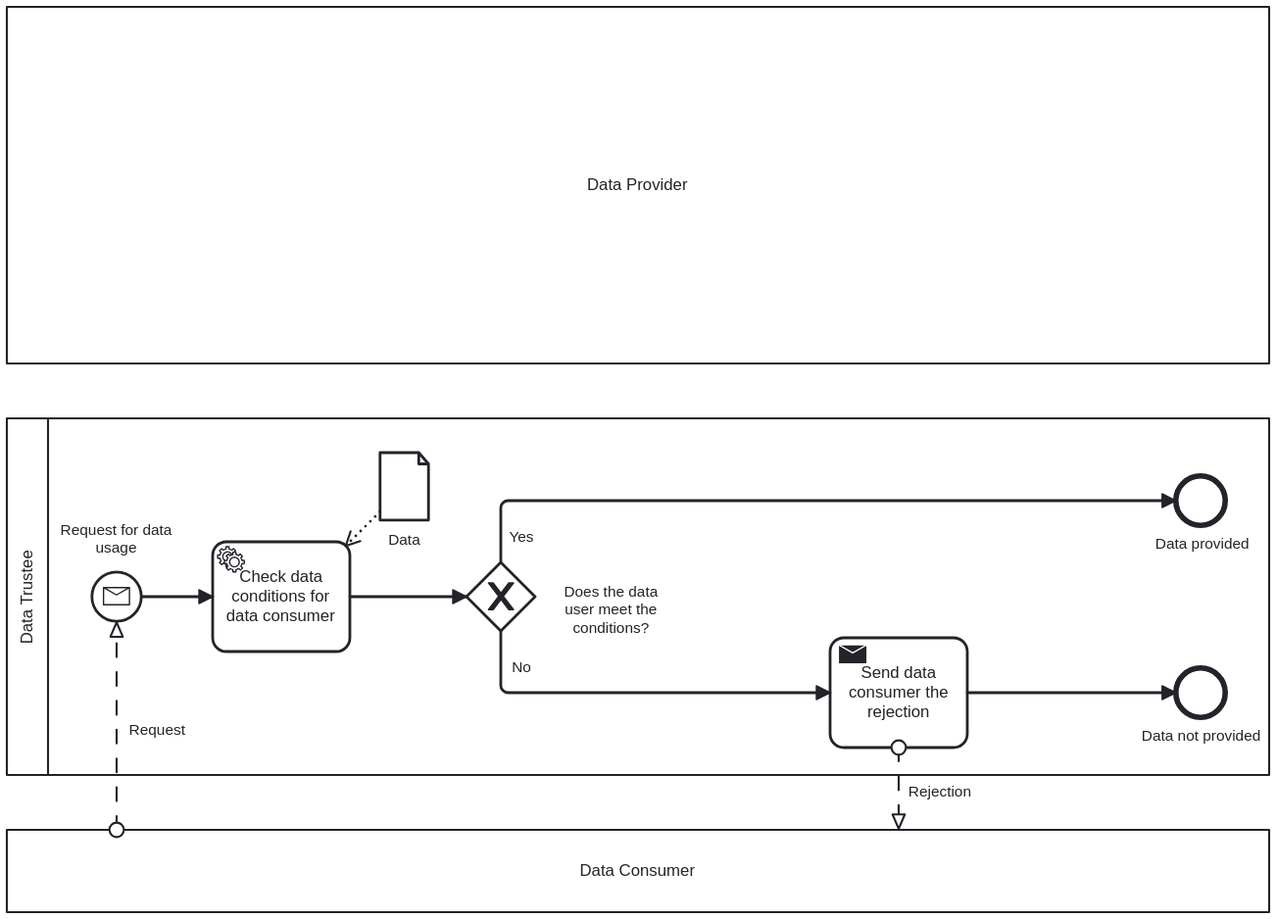
Before: Authorization Management/Automated_Consent.svg, a diagram exported from BPMN (sacdevops/Process-Patterns-for-Data-Trustees). Its source is kept beside it as Authorization Management/Automated_Consent.bpmn. Ids are renumbered.
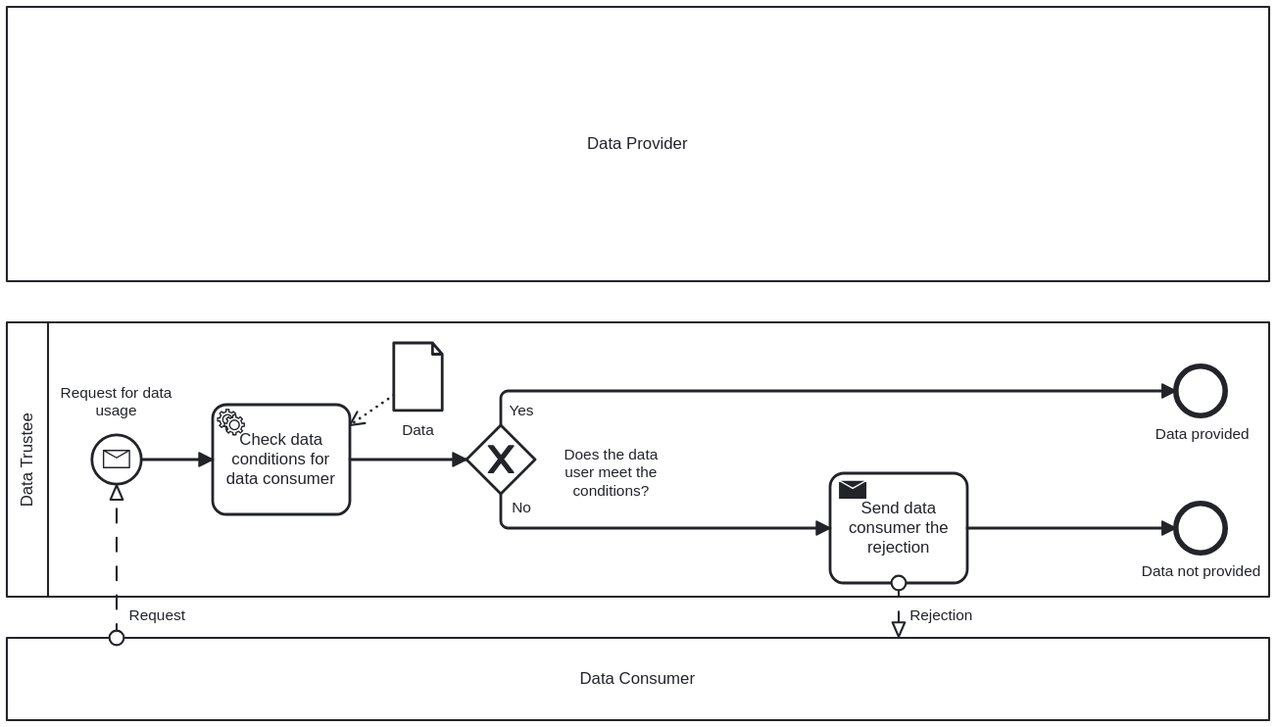
After the commit.

The edit, as a diff of the source:
```diff
@@ -7,22 +7,20 @@
     <bpmn:messageFlow id="Flow_n9" name="Request" sourceRef="Participant_n6" targetRef="Event_n10" />
   </bpmn:collaboration>
   <bpmn:process id="Process_n4" isExecutable="false">
+    <bpmn:sequenceFlow id="Flow_n12" name="Yes" sourceRef="Gateway_n20" targetRef="Event_n11" />
+    <bpmn:sequenceFlow id="Flow_n16" sourceRef="Event_n10" targetRef="Activity_n22" />
+    <bpmn:sequenceFlow id="Flow_n21" sourceRef="Activity_n22" targetRef="Gateway_n20" />
+    <bpmn:sequenceFlow id="Flow_n15" name="No" sourceRef="Gateway_n20" targetRef="Activity_n8" />
+    <bpmn:sequenceFlow id="Flow_n14" sourceRef="Activity_n8" targetRef="Event_n13" />
     <bpmn:endEvent id="Event_n11" name="Data provided">
       <bpmn:incoming>Flow_n12</bpmn:incoming>
     </bpmn:endEvent>
-    <bpmn:endEvent id="Event_n13" name="Data not provided">
-      <bpmn:incoming>Flow_n14</bpmn:incoming>
-    </bpmn:endEvent>
-    <bpmn:sendTask id="Activity_n8" name="Send data consumer the rejection">
-      <bpmn:incoming>Flow_n15</bpmn:incoming>
-      <bpmn:outgoing>Flow_n14</bpmn:outgoing>
-    </bpmn:sendTask>
+    <bpmn:dataObjectReference id="DataObjectReference_n18" name="Data" dataObjectRef="DataObject_n19" />
+    <bpmn:dataObject id="DataObject_n19" />
     <bpmn:startEvent id="Event_n10" name="Request for data usage">
       <bpmn:outgoing>Flow_n16</bpmn:outgoing>
       <bpmn:messageEventDefinition id="MessageEventDefinition_n17" />
     </bpmn:startEvent>
-    <bpmn:dataObjectReference id="DataObjectReference_n18" name="Data" dataObjectRef="DataObject_n19" />
-    <bpmn:dataObject id="DataObject_n19" />
     <bpmn:exclusiveGateway id="Gateway_n20" name="Does the data user meet the conditions?">
       <bpmn:incoming>Flow_n21</bpmn:incoming>
       <bpmn:outgoing>Flow_n12</bpmn:outgoing>
@@ -37,106 +35,108 @@
         <bpmn:targetRef>Property_n23</bpmn:targetRef>
       </bpmn:dataInputAssociation>
     </bpmn:serviceTask>
-    <bpmn:sequenceFlow id="Flow_n12" name="Yes" sourceRef="Gateway_n20" targetRef="Event_n11" />
-    <bpmn:sequenceFlow id="Flow_n14" sourceRef="Activity_n8" targetRef="Event_n13" />
-    <bpmn:sequenceFlow id="Flow_n15" name="No" sourceRef="Gateway_n20" targetRef="Activity_n8" />
-    <bpmn:sequenceFlow id="Flow_n16" sourceRef="Event_n10" targetRef="Activity_n22" />
-    <bpmn:sequenceFlow id="Flow_n21" sourceRef="Activity_n22" targetRef="Gateway_n20" />
+    <bpmn:endEvent id="Event_n13" name="Data not provided">
+      <bpmn:incoming>Flow_n14</bpmn:incoming>
+    </bpmn:endEvent>
+    <bpmn:sendTask id="Activity_n8" name="Send data consumer the rejection">
+      <bpmn:incoming>Flow_n15</bpmn:incoming>
+      <bpmn:outgoing>Flow_n14</bpmn:outgoing>
+    </bpmn:sendTask>
   </bpmn:process>
   <bpmndi:BPMNDiagram id="BPMNDiagram_1">
     <bpmndi:BPMNPlane id="BPMNPlane_1" bpmnElement="Collaboration_n2">
       <bpmndi:BPMNShape id="BPMNShape_n25" bpmnElement="Participant_n3" isHorizontal="true">
-        <dc:Bounds x="130" y="380" width="920" height="260" />
+        <dc:Bounds x="130" y="350" width="920" height="200" />
         <bpmndi:BPMNLabel />
       </bpmndi:BPMNShape>
       <bpmndi:BPMNShape id="BPMNShape_n26" bpmnElement="Event_n11">
-        <dc:Bounds x="982" y="422" width="36" height="36" />
+        <dc:Bounds x="982" y="382" width="36" height="36" />
         <bpmndi:BPMNLabel>
-          <dc:Bounds x="967" y="465" width="69" height="14" />
+          <dc:Bounds x="967" y="425" width="69" height="14" />
         </bpmndi:BPMNLabel>
       </bpmndi:BPMNShape>
+      <bpmndi:BPMNShape id="BPMNShape_n30" bpmnElement="DataObjectReference_n18">
+        <dc:Bounds x="412" y="365" width="36" height="50" />
+        <bpmndi:BPMNLabel>
+          <dc:Bounds x="418" y="422" width="24" height="14" />
+        </bpmndi:BPMNLabel>
+      </bpmndi:BPMNShape>
+      <bpmndi:BPMNShape id="BPMNShape_n29" bpmnElement="Event_n10">
+        <dc:Bounds x="192" y="432" width="36" height="36" />
+        <bpmndi:BPMNLabel>
+          <dc:Bounds x="169" y="395" width="82" height="27" />
+        </bpmndi:BPMNLabel>
+      </bpmndi:BPMNShape>
+      <bpmndi:BPMNShape id="BPMNShape_n31" bpmnElement="Gateway_n20" isMarkerVisible="true">
+        <dc:Bounds x="465" y="425" width="50" height="50" />
+        <bpmndi:BPMNLabel>
+          <dc:Bounds x="536" y="440" width="69" height="40" />
+        </bpmndi:BPMNLabel>
+      </bpmndi:BPMNShape>
+      <bpmndi:BPMNShape id="BPMNShape_n32" bpmnElement="Activity_n22">
+        <dc:Bounds x="280" y="410" width="100" height="80" />
+        <bpmndi:BPMNLabel />
+      </bpmndi:BPMNShape>
       <bpmndi:BPMNShape id="BPMNShape_n27" bpmnElement="Event_n13">
-        <dc:Bounds x="982" y="562" width="36" height="36" />
+        <dc:Bounds x="982" y="482" width="36" height="36" />
         <bpmndi:BPMNLabel>
-          <dc:Bounds x="957" y="605" width="87" height="14" />
+          <dc:Bounds x="957" y="525" width="87" height="14" />
         </bpmndi:BPMNLabel>
       </bpmndi:BPMNShape>
       <bpmndi:BPMNShape id="BPMNShape_n28" bpmnElement="Activity_n8">
-        <dc:Bounds x="730" y="540" width="100" height="80" />
-      </bpmndi:BPMNShape>
-      <bpmndi:BPMNShape id="BPMNShape_n29" bpmnElement="Event_n10">
-        <dc:Bounds x="192" y="492" width="36" height="36" />
-        <bpmndi:BPMNLabel>
-          <dc:Bounds x="169" y="455" width="82" height="27" />
-        </bpmndi:BPMNLabel>
-      </bpmndi:BPMNShape>
-      <bpmndi:BPMNShape id="BPMNShape_n30" bpmnElement="DataObjectReference_n18">
-        <dc:Bounds x="402" y="405" width="36" height="50" />
-        <bpmndi:BPMNLabel>
-          <dc:Bounds x="408" y="462" width="24" height="14" />
-        </bpmndi:BPMNLabel>
-      </bpmndi:BPMNShape>
-      <bpmndi:BPMNShape id="BPMNShape_n31" bpmnElement="Gateway_n20" isMarkerVisible="true">
-        <dc:Bounds x="465" y="485" width="50" height="50" />
-        <bpmndi:BPMNLabel>
-          <dc:Bounds x="536" y="500" width="69" height="40" />
-        </bpmndi:BPMNLabel>
-      </bpmndi:BPMNShape>
-      <bpmndi:BPMNShape id="BPMNShape_n32" bpmnElement="Activity_n22">
-        <dc:Bounds x="280" y="470" width="100" height="80" />
-        <bpmndi:BPMNLabel />
+        <dc:Bounds x="730" y="460" width="100" height="80" />
       </bpmndi:BPMNShape>
       <bpmndi:BPMNEdge id="BPMNEdge_n33" bpmnElement="Flow_n12">
-        <di:waypoint x="490" y="485" />
-        <di:waypoint x="490" y="440" />
-        <di:waypoint x="982" y="440" />
+        <di:waypoint x="490" y="425" />
+        <di:waypoint x="490" y="400" />
+        <di:waypoint x="982" y="400" />
         <bpmndi:BPMNLabel>
-          <dc:Bounds x="496" y="460" width="18" height="14" />
+          <dc:Bounds x="496" y="408" width="18" height="14" />
+        </bpmndi:BPMNLabel>
+      </bpmndi:BPMNEdge>
+      <bpmndi:BPMNEdge id="BPMNEdge_n36" bpmnElement="Flow_n16">
+        <di:waypoint x="228" y="450" />
+        <di:waypoint x="280" y="450" />
+      </bpmndi:BPMNEdge>
+      <bpmndi:BPMNEdge id="BPMNEdge_n37" bpmnElement="Flow_n21">
+        <di:waypoint x="380" y="450" />
+        <di:waypoint x="465" y="450" />
+      </bpmndi:BPMNEdge>
+      <bpmndi:BPMNEdge id="BPMNEdge_n35" bpmnElement="Flow_n15">
+        <di:waypoint x="490" y="475" />
+        <di:waypoint x="490" y="500" />
+        <di:waypoint x="730" y="500" />
+        <bpmndi:BPMNLabel>
+          <dc:Bounds x="498" y="479" width="15" height="14" />
         </bpmndi:BPMNLabel>
       </bpmndi:BPMNEdge>
       <bpmndi:BPMNEdge id="BPMNEdge_n34" bpmnElement="Flow_n14">
-        <di:waypoint x="830" y="580" />
-        <di:waypoint x="982" y="580" />
-      </bpmndi:BPMNEdge>
-      <bpmndi:BPMNEdge id="BPMNEdge_n35" bpmnElement="Flow_n15">
-        <di:waypoint x="490" y="535" />
-        <di:waypoint x="490" y="580" />
-        <di:waypoint x="730" y="580" />
-        <bpmndi:BPMNLabel>
-          <dc:Bounds x="498" y="555" width="15" height="14" />
-        </bpmndi:BPMNLabel>
-      </bpmndi:BPMNEdge>
-      <bpmndi:BPMNEdge id="BPMNEdge_n36" bpmnElement="Flow_n16">
-        <di:waypoint x="228" y="510" />
-        <di:waypoint x="280" y="510" />
-      </bpmndi:BPMNEdge>
-      <bpmndi:BPMNEdge id="BPMNEdge_n37" bpmnElement="Flow_n21">
-        <di:waypoint x="380" y="510" />
-        <di:waypoint x="465" y="510" />
+        <di:waypoint x="830" y="500" />
+        <di:waypoint x="982" y="500" />
       </bpmndi:BPMNEdge>
       <bpmndi:BPMNShape id="BPMNShape_n38" bpmnElement="Participant_n5" isHorizontal="true">
-        <dc:Bounds x="130" y="80" width="920" height="260" />
+        <dc:Bounds x="130" y="120" width="920" height="200" />
       </bpmndi:BPMNShape>
       <bpmndi:BPMNShape id="BPMNShape_n39" bpmnElement="Participant_n6" isHorizontal="true">
-        <dc:Bounds x="130" y="680" width="920" height="60" />
+        <dc:Bounds x="130" y="580" width="920" height="60" />
       </bpmndi:BPMNShape>
+      <bpmndi:BPMNEdge id="BPMNEdge_n42" bpmnElement="DataInputAssociation_n24">
+        <di:waypoint x="412" y="403" />
+        <di:waypoint x="380" y="425" />
+      </bpmndi:BPMNEdge>
       <bpmndi:BPMNEdge id="BPMNEdge_n40" bpmnElement="Flow_n7">
-        <di:waypoint x="780" y="620" />
-        <di:waypoint x="780" y="680" />
+        <di:waypoint x="780" y="540" />
+        <di:waypoint x="780" y="580" />
         <bpmndi:BPMNLabel>
-          <dc:Bounds x="787" y="646" width="46" height="14" />
+          <dc:Bounds x="788" y="557" width="46" height="14" />
         </bpmndi:BPMNLabel>
       </bpmndi:BPMNEdge>
       <bpmndi:BPMNEdge id="BPMNEdge_n41" bpmnElement="Flow_n9">
-        <di:waypoint x="210" y="680" />
-        <di:waypoint x="210" y="528" />
+        <di:waypoint x="210" y="580" />
+        <di:waypoint x="210" y="468" />
         <bpmndi:BPMNLabel>
-          <dc:Bounds x="219" y="601" width="42" height="14" />
+          <dc:Bounds x="219" y="557" width="42" height="14" />
         </bpmndi:BPMNLabel>
-      </bpmndi:BPMNEdge>
-      <bpmndi:BPMNEdge id="BPMNEdge_n42" bpmnElement="DataInputAssociation_n24">
-        <di:waypoint x="402" y="448" />
-        <di:waypoint x="377" y="473" />
       </bpmndi:BPMNEdge>
     </bpmndi:BPMNPlane>
   </bpmndi:BPMNDiagram>
```
